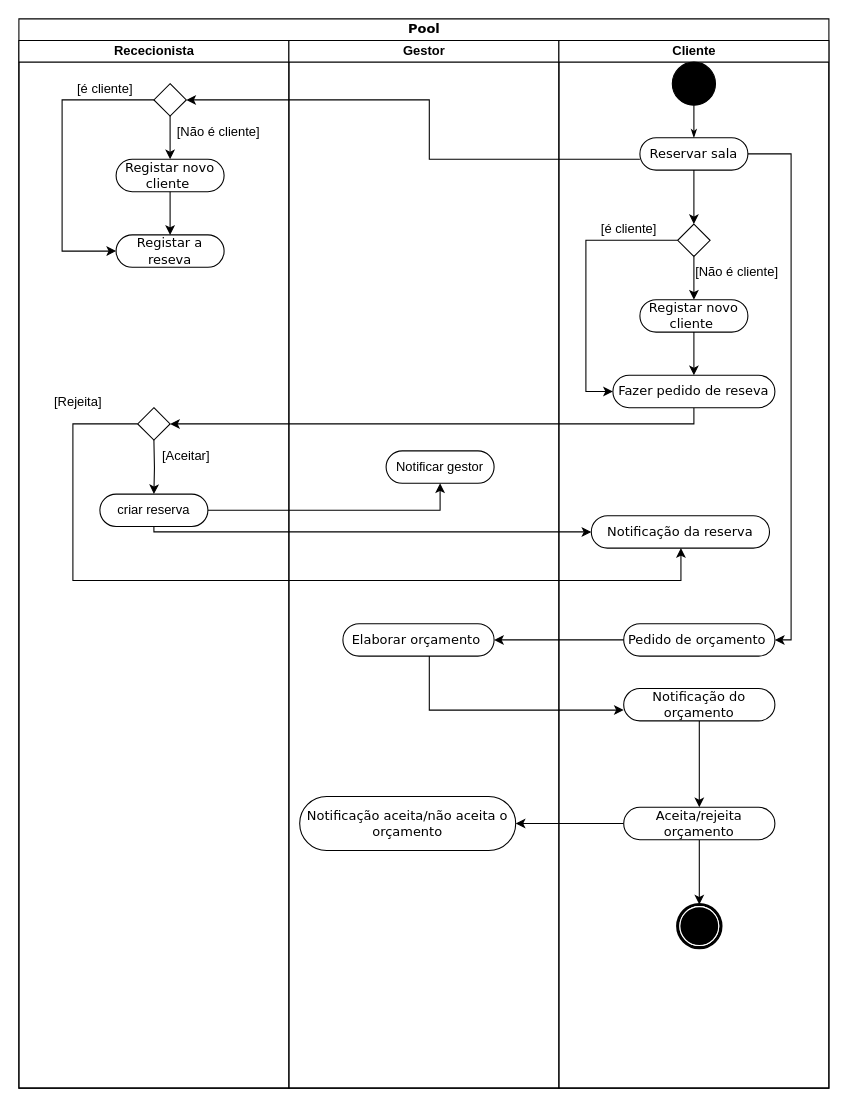
Before: page "Pedido de reserva de salas e equipamentos" (1 of 2) of Diagrama de Atividade (reserva de sala).drawio in ic3K1ng/Rooms-Equipments, a draw.io diagram. Source tidied: cells renumbered, new cells numbered last; positions are measured from the earlier drawing's top-left corner, leaving out a move shared by most shapes. Both pictures are drawn from the tidied source at 108%, with x=0, y=0 at pixel (18, 18).
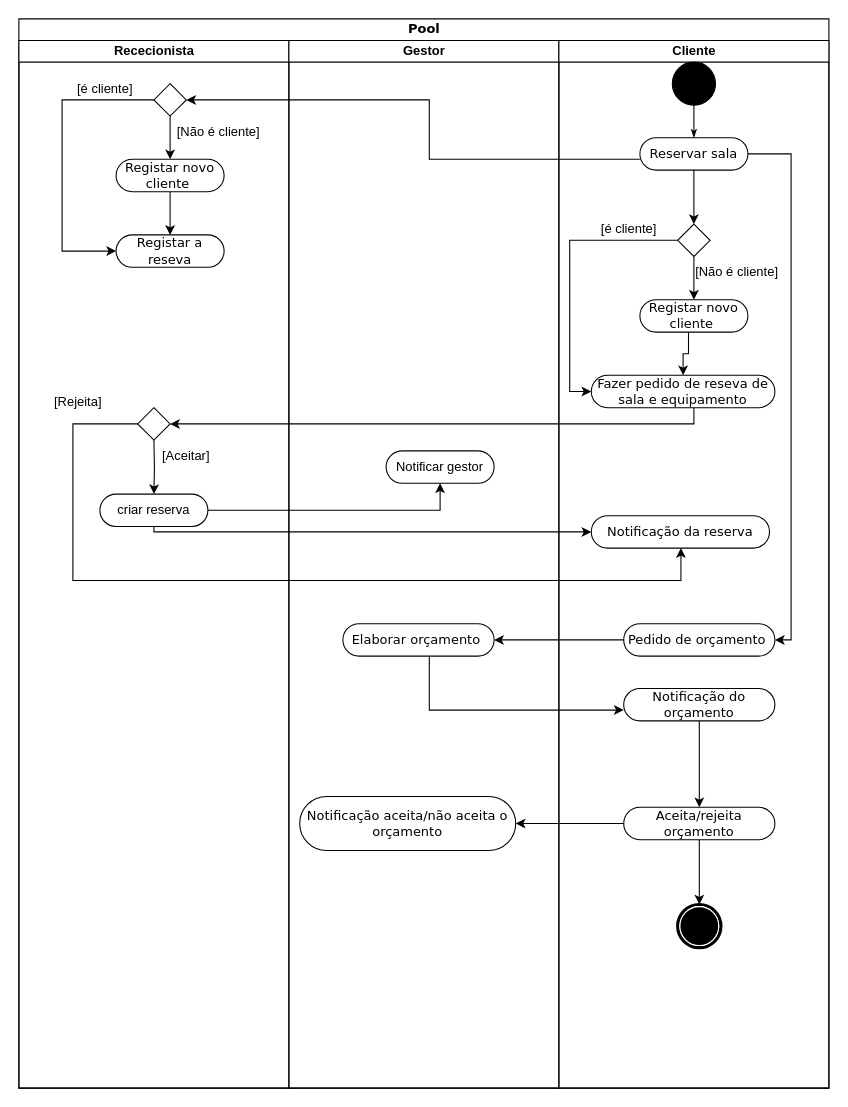
Above is the later version.

The change refers to these unchanged cells:
```xml
<mxCell id="27" value="Cliente" style="swimlane;html=1;startSize=20;" parent="2" vertex="1">
  <mxGeometry x="500" y="20" width="250" height="970" as="geometry" />
</mxCell>
<mxCell id="40" style="rhombus;" parent="27" vertex="1">
  <mxGeometry x="110" y="170" width="30" height="30" as="geometry" />
</mxCell>
<mxCell id="41" value="Registar novo cliente&amp;nbsp;" style="rounded=1;whiteSpace=wrap;html=1;shadow=0;comic=0;labelBackgroundColor=none;strokeWidth=1;fontFamily=Verdana;fontSize=12;align=center;arcSize=50;" parent="27" vertex="1">
  <mxGeometry x="75" y="240" width="100" height="30" as="geometry" />
</mxCell>
```

What changed in the source:
```diff
@@
-    <mxCell id="42" value="Fazer pedido de reseva" style="rounded=1;whiteSpace=wrap;html=1;shadow=0;comic=0;labelBackgroundColor=none;strokeWidth=1;fontFamily=Verdana;fontSize=12;align=center;arcSize=50;" parent="27" vertex="1">
-      <mxGeometry x="50" y="310" width="150" height="30" as="geometry" />
+    <mxCell id="42" value="Fazer pedido de reseva de sala e equipamento" style="rounded=1;whiteSpace=wrap;html=1;shadow=0;comic=0;labelBackgroundColor=none;strokeWidth=1;fontFamily=Verdana;fontSize=12;align=center;arcSize=50;" parent="27" vertex="1">
+      <mxGeometry x="30" y="310" width="170" height="30" as="geometry" />
     </mxCell>
-    <mxCell id="43" style="edgeStyle=orthogonalEdgeStyle;rounded=0;jettySize=auto;html=1;entryX=0.5;entryY=0;entryDx=0;entryDy=0;" parent="27" edge="1" source="41" target="42">
-      <mxGeometry relative="1" as="geometry" />
+    <mxCell id="43" style="edgeStyle=orthogonalEdgeStyle;rounded=0;jettySize=auto;html=1;" parent="27" edge="1" source="41" target="42">
+      <mxGeometry relative="1" as="geometry">
+        <Array as="points">
+          <mxPoint x="120" y="290" />
+          <mxPoint x="115" y="290" />
+        </Array>
+      </mxGeometry>
     </mxCell>
     <mxCell id="44" style="edgeStyle=orthogonalEdgeStyle;rounded=0;jettySize=auto;html=1;entryX=0;entryY=0.5;entryDx=0;entryDy=0;" parent="27" edge="1" source="40" target="42">
       <mxGeometry relative="1" as="geometry">
         <Array as="points">
-          <mxPoint x="25" y="185" />
-          <mxPoint x="25" y="325" />
+          <mxPoint x="10" y="185" />
+          <mxPoint x="10" y="325" />
         </Array>
       </mxGeometry>
     </mxCell>
```
